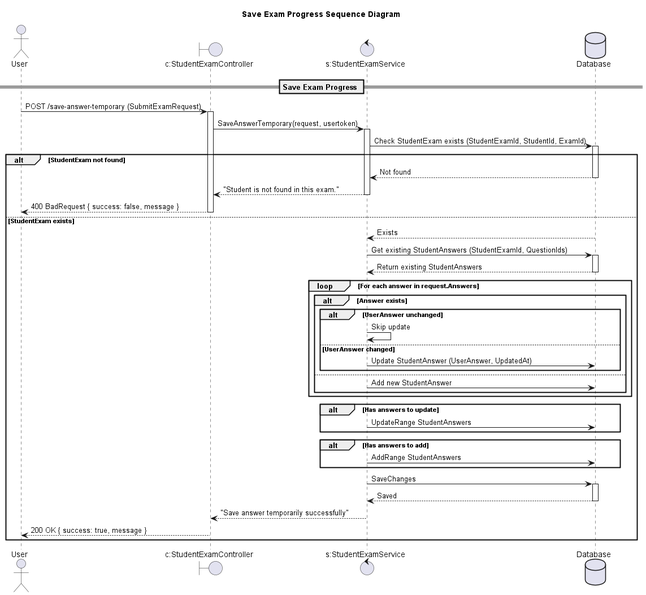
Before: design/out/saveexamprogresssequencediagram/saveexamprogresssequencediagram.png, a diagram exported from PlantUML (conghoan1211/AI-Kiosk-Testing-system). Source of this version:
```plantuml
@startuml

title Save Exam Progress Sequence Diagram

actor "User" as Client
boundary "c:StudentExamController" as Controller
control "s:StudentExamService" as Service
database "Database" as DB

== Save Exam Progress ==

Client -> Controller: POST /save-answer-temporary (SubmitExamRequest)
activate Controller
Controller -> Service: SaveAnswerTemporary(request, usertoken)
activate Service

Service -> DB: Check StudentExam exists (StudentExamId, StudentId, ExamId)
activate DB
alt StudentExam not found
    DB --> Service: Not found
    deactivate DB
    Service --> Controller: "Student is not found in this exam."
    deactivate Service
    Controller --> Client: 400 BadRequest { success: false, message }
    deactivate Controller
else StudentExam exists
    DB --> Service: Exists
    deactivate DB
    Service -> DB: Get existing StudentAnswers (StudentExamId, QuestionIds)
    activate DB
    DB --> Service: Return existing StudentAnswers
    deactivate DB

    loop For each answer in request.Answers
        alt Answer exists
            alt UserAnswer unchanged
                Service -> Service: Skip update
            else UserAnswer changed
                Service -> DB: Update StudentAnswer (UserAnswer, UpdatedAt)
            end alt
        else
            Service -> DB: Add new StudentAnswer
        end alt
    end loop

    alt Has answers to update
        Service -> DB: UpdateRange StudentAnswers
    end alt
    alt Has answers to add
        Service -> DB: AddRange StudentAnswers
    end alt

    Service -> DB: SaveChanges
    activate DB
    DB --> Service: Saved
    deactivate DB

    Service --> Controller: "Save answer temporarily successfully"
    deactivate Service
    Controller --> Client: 200 OK { success: true, message }
    deactivate Controller
end alt

@enduml
```
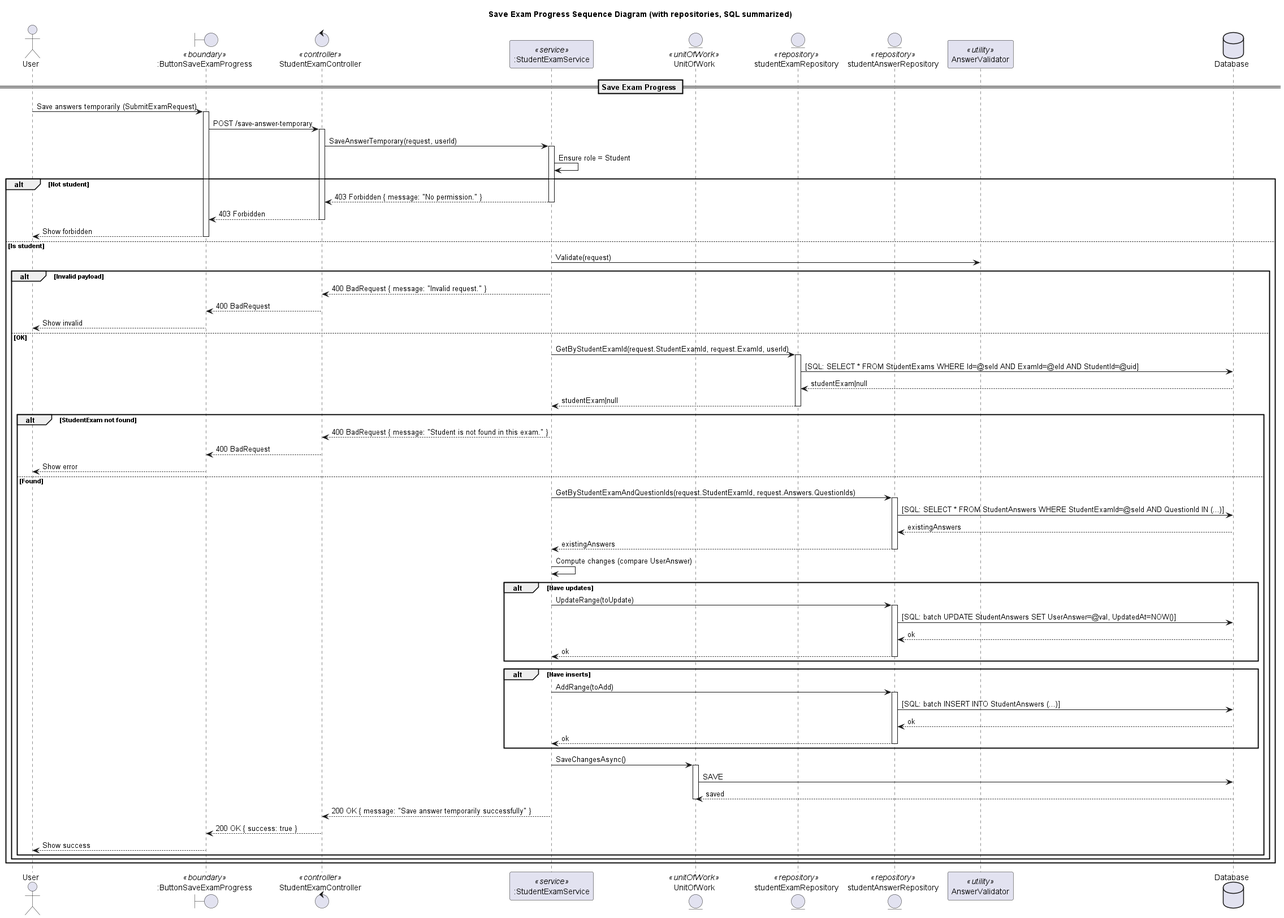
After the change.

Diff of the diagram source:
```diff
@@ -1,64 +1,100 @@
 @startuml
-
-title Save Exam Progress Sequence Diagram
+title Save Exam Progress Sequence Diagram (with repositories, SQL summarized)
 
 actor "User" as Client
-boundary "c:StudentExamController" as Controller
-control "s:StudentExamService" as Service
+boundary ":ButtonSaveExamProgress" as UI <<boundary>>
+control "StudentExamController" as Controller <<controller>>
+participant ":StudentExamService" as Service <<service>>
+entity "UnitOfWork" as UoW <<unitOfWork>>
+
+entity "studentExamRepository" as StuExamRepo <<repository>>
+entity "studentAnswerRepository" as AnswerRepo <<repository>>
+participant "AnswerValidator" as Validator <<utility>>
+
 database "Database" as DB
 
 == Save Exam Progress ==
 
-Client -> Controller: POST /save-answer-temporary (SubmitExamRequest)
+Client -> UI: Save answers temporarily (SubmitExamRequest)
+activate UI
+UI -> Controller: POST /save-answer-temporary
 activate Controller
-Controller -> Service: SaveAnswerTemporary(request, usertoken)
+Controller -> Service: SaveAnswerTemporary(request, userId)
 activate Service
 
-Service -> DB: Check StudentExam exists (StudentExamId, StudentId, ExamId)
-activate DB
-alt StudentExam not found
-    DB --> Service: Not found
-    deactivate DB
-    Service --> Controller: "Student is not found in this exam."
+Service -> Service: Ensure role = Student
+alt Not student
+  Service --> Controller: 403 Forbidden { message: "No permission." }
+  deactivate Service
+  Controller --> UI: 403 Forbidden
+  deactivate Controller
+  UI --> Client: Show forbidden
+  deactivate UI
+else Is student
+  Service -> Validator: Validate(request)
+  alt Invalid payload
+    Service --> Controller: 400 BadRequest { message: "Invalid request." }
     deactivate Service
-    Controller --> Client: 400 BadRequest { success: false, message }
+    Controller --> UI: 400 BadRequest
     deactivate Controller
-else StudentExam exists
-    DB --> Service: Exists
-    deactivate DB
-    Service -> DB: Get existing StudentAnswers (StudentExamId, QuestionIds)
-    activate DB
-    DB --> Service: Return existing StudentAnswers
-    deactivate DB
+    UI --> Client: Show invalid
+    deactivate UI
+  else OK
+    Service -> StuExamRepo: GetByStudentExamId(request.StudentExamId, request.ExamId, userId)
+    activate StuExamRepo
+    StuExamRepo -> DB: [SQL: SELECT * FROM StudentExams WHERE Id=@seId AND ExamId=@eId AND StudentId=@uid]
+    DB --> StuExamRepo: studentExam|null
+    StuExamRepo --> Service: studentExam|null
+    deactivate StuExamRepo
 
-    loop For each answer in request.Answers
-        alt Answer exists
-            alt UserAnswer unchanged
-                Service -> Service: Skip update
-            else UserAnswer changed
-                Service -> DB: Update StudentAnswer (UserAnswer, UpdatedAt)
-            end alt
-        else
-            Service -> DB: Add new StudentAnswer
-        end alt
-    end loop
+    alt StudentExam not found
+      Service --> Controller: 400 BadRequest { message: "Student is not found in this exam." }
+      deactivate Service
+      Controller --> UI: 400 BadRequest
+      deactivate Controller
+      UI --> Client: Show error
+      deactivate UI
+    else Found
+      Service -> AnswerRepo: GetByStudentExamAndQuestionIds(request.StudentExamId, request.Answers.QuestionIds)
+      activate AnswerRepo
+      AnswerRepo -> DB: [SQL: SELECT * FROM StudentAnswers WHERE StudentExamId=@seId AND QuestionId IN (...)]
+      DB --> AnswerRepo: existingAnswers
+      AnswerRepo --> Service: existingAnswers
+      deactivate AnswerRepo
 
-    alt Has answers to update
-        Service -> DB: UpdateRange StudentAnswers
+      Service -> Service: Compute changes (compare UserAnswer)
+
+      alt Have updates
+        Service -> AnswerRepo: UpdateRange(toUpdate)
+        activate AnswerRepo
+        AnswerRepo -> DB: [SQL: batch UPDATE StudentAnswers SET UserAnswer=@val, UpdatedAt=NOW()]
+        DB --> AnswerRepo: ok
+        AnswerRepo --> Service: ok
+        deactivate AnswerRepo
+      end alt
+
+      alt Have inserts
+        Service -> AnswerRepo: AddRange(toAdd)
+        activate AnswerRepo
+        AnswerRepo -> DB: [SQL: batch INSERT INTO StudentAnswers (...)]
+        DB --> AnswerRepo: ok
+        AnswerRepo --> Service: ok
+        deactivate AnswerRepo
+      end alt
+
+      Service -> UoW: SaveChangesAsync()
+      activate UoW
+      UoW -> DB: SAVE
+      DB --> UoW: saved
+      deactivate UoW
+
+      Service --> Controller: 200 OK { message: "Save answer temporarily successfully" }
+      deactivate Service
+      Controller --> UI: 200 OK { success: true }
+      deactivate Controller
+      UI --> Client: Show success
+      deactivate UI
     end alt
-    alt Has answers to add
-        Service -> DB: AddRange StudentAnswers
-    end alt
-
-    Service -> DB: SaveChanges
-    activate DB
-    DB --> Service: Saved
-    deactivate DB
-
-    Service --> Controller: "Save answer temporarily successfully"
-    deactivate Service
-    Controller --> Client: 200 OK { success: true, message }
-    deactivate Controller
+  end alt
 end alt
-
 @enduml
```
